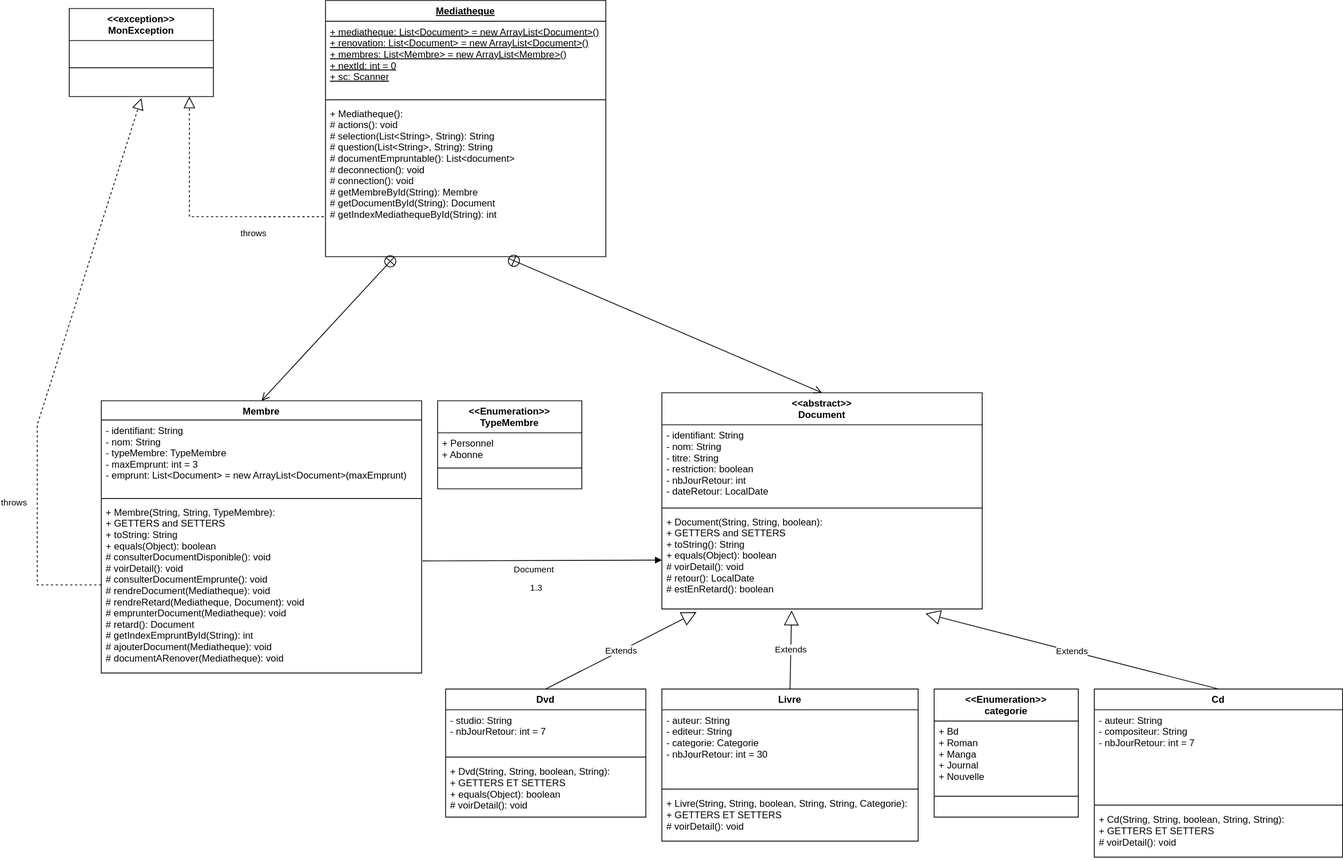
The draw.io diagram TP9_Mediatheque/assets/diagramme_de_classe.drawio.svg in jeremyfouquet/heritage_java, before a commit. Source tidied: cells renumbered, new cells last; positions are measured from the earlier drawing's top-left corner, leaving out a move shared by most shapes.
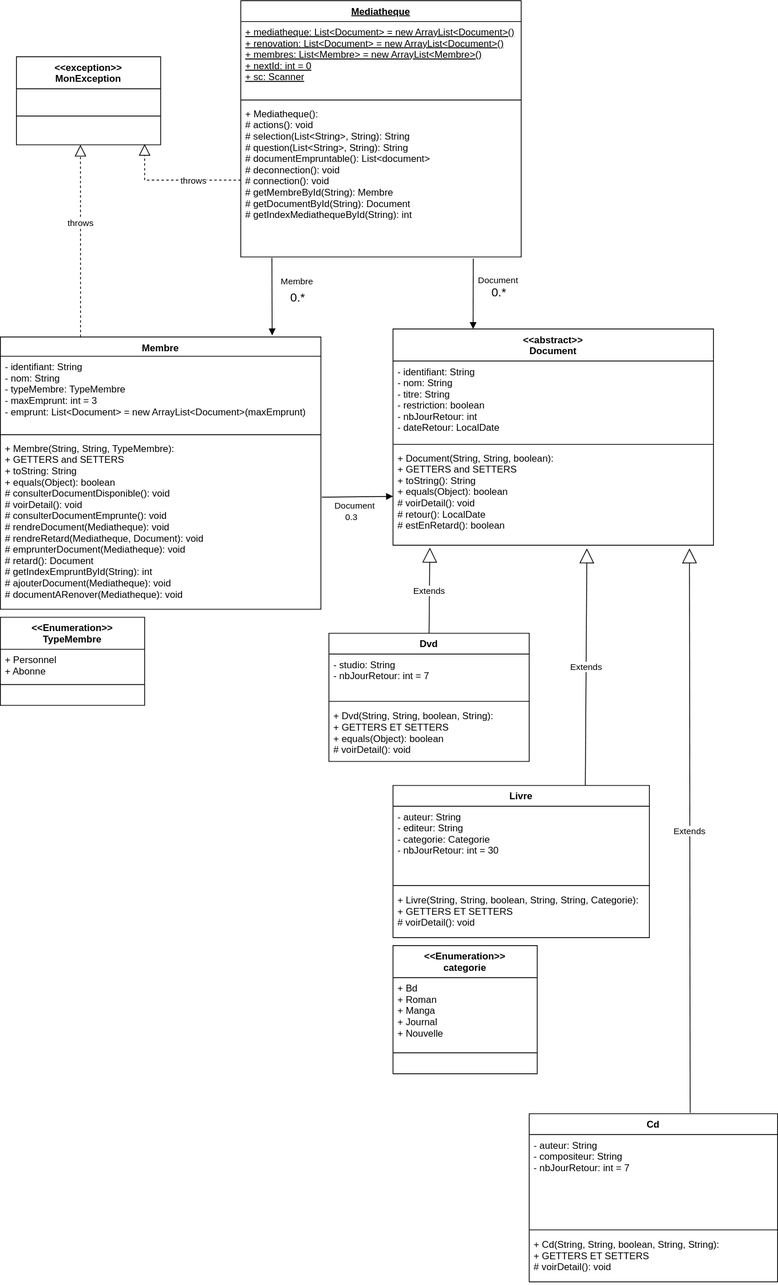
The same diagram one commit later.

Change to the diagram source:
```diff
@@ -2,8 +2,20 @@
   <root>
     <mxCell id="0" />
     <mxCell id="1" parent="0" />
+    <mxCell id="43" style="endArrow=block;dashed=1;endFill=0;endSize=12;html=1;rounded=0;entryX=0.444;entryY=1;entryDx=0;entryDy=0;entryPerimeter=0;exitX=0.25;exitY=0;exitDx=0;exitDy=0;" parent="1" edge="1" source="24" target="40">
+      <mxGeometry relative="1" as="geometry">
+        <Array as="points">
+          <mxPoint x="360" y="50" />
+        </Array>
+      </mxGeometry>
+    </mxCell>
+    <mxCell id="44" value="throws" style="edgeLabel;html=1;align=center;verticalAlign=middle;" parent="43" vertex="1">
+      <mxGeometry x="-0.42" relative="1" as="geometry">
+        <mxPoint y="-74" as="offset" />
+      </mxGeometry>
+    </mxCell>
     <mxCell id="2" value="&lt;&lt;abstract&gt;&gt;&#10;Document" style="swimlane;fontStyle=1;align=center;verticalAlign=top;horizontal=1;startSize=40;" parent="1" vertex="1">
-      <mxGeometry x="780" y="490" width="400" height="270" as="geometry" />
+      <mxGeometry x="750" y="90" width="400" height="270" as="geometry" />
     </mxCell>
     <mxCell id="3" value="- identifiant: String&#10;- nom: String&#10;- titre: String&#10;- restriction: boolean&#10;- nbJourRetour: int&#10;- dateRetour: LocalDate&#10;" style="text;strokeColor=none;fillColor=none;align=left;verticalAlign=top;spacingLeft=4;spacingRight=4;overflow=hidden;fontStyle=0;" parent="2" vertex="1">
       <mxGeometry y="40" width="400" height="100" as="geometry" />
@@ -15,7 +27,7 @@
       <mxGeometry y="148" width="400" height="122" as="geometry" />
     </mxCell>
     <mxCell id="6" value="Dvd" style="swimlane;fontStyle=1;align=center;verticalAlign=top;horizontal=1;startSize=26;" parent="1" vertex="1">
-      <mxGeometry x="510" y="860" width="250" height="160" as="geometry" />
+      <mxGeometry x="670" y="470" width="250" height="160" as="geometry" />
     </mxCell>
     <mxCell id="7" value="- studio: String&#10;- nbJourRetour: int = 7" style="text;strokeColor=none;fillColor=none;align=left;verticalAlign=top;spacingLeft=4;spacingRight=4;overflow=hidden;fontStyle=0;" parent="6" vertex="1">
       <mxGeometry y="26" width="250" height="54" as="geometry" />
@@ -27,7 +39,7 @@
       <mxGeometry y="90" width="250" height="70" as="geometry" />
     </mxCell>
     <mxCell id="10" value="Cd" style="swimlane;fontStyle=1;align=center;verticalAlign=top;horizontal=1;startSize=26;" parent="1" vertex="1">
-      <mxGeometry x="1320" y="860" width="310" height="210" as="geometry" />
+      <mxGeometry x="920" y="1070" width="310" height="210" as="geometry" />
     </mxCell>
     <mxCell id="11" value="- auteur: String&#10;- compositeur: String&#10;- nbJourRetour: int = 7" style="text;strokeColor=none;fillColor=none;align=left;verticalAlign=top;spacingLeft=4;spacingRight=4;overflow=hidden;fontStyle=0;" parent="10" vertex="1">
       <mxGeometry y="26" width="310" height="114" as="geometry" />
@@ -39,7 +51,7 @@
       <mxGeometry y="150" width="310" height="60" as="geometry" />
     </mxCell>
     <mxCell id="14" value="Mediatheque" style="swimlane;fontStyle=5;align=center;verticalAlign=top;horizontal=1;startSize=26;" parent="1" vertex="1">
-      <mxGeometry x="360" width="350" height="320" as="geometry" />
+      <mxGeometry x="560" y="-320" width="350" height="320" as="geometry" />
     </mxCell>
     <mxCell id="15" value="+ mediatheque: List&lt;Document&gt; = new ArrayList&lt;Document&gt;()&#10;+ renovation: List&lt;Document&gt; = new ArrayList&lt;Document&gt;()&#10;+ membres: List&lt;Membre&gt; = new ArrayList&lt;Membre&gt;()&#10;+ nextId: int = 0&#10;+ sc: Scanner" style="text;strokeColor=none;fillColor=none;align=left;verticalAlign=top;spacingLeft=4;spacingRight=4;overflow=hidden;fontStyle=4;" parent="14" vertex="1">
       <mxGeometry y="26" width="350" height="94" as="geometry" />
@@ -53,13 +65,13 @@
     <mxCell id="18" value="Document" style="html=1;verticalAlign=bottom;endArrow=block;rounded=0;entryX=0;entryY=0.5;entryDx=0;entryDy=0;exitX=1.003;exitY=0.346;exitDx=0;exitDy=0;exitPerimeter=0;" parent="1" edge="1" source="27" target="5">
       <mxGeometry x="-0.07" y="-20" relative="1" as="geometry" />
     </mxCell>
-    <mxCell id="19" value="1.3" style="edgeLabel;html=1;align=center;verticalAlign=middle;" parent="18" vertex="1">
+    <mxCell id="19" value="0.3" style="edgeLabel;html=1;align=center;verticalAlign=middle;" parent="18" vertex="1">
       <mxGeometry x="0.4" y="-2" relative="1" as="geometry">
-        <mxPoint x="-67" y="32" as="offset" />
+        <mxPoint x="-26" y="23" as="offset" />
       </mxGeometry>
     </mxCell>
     <mxCell id="20" value="&lt;&lt;Enumeration&gt;&gt;&#10;categorie" style="swimlane;fontStyle=1;align=center;verticalAlign=top;horizontal=1;startSize=40;" parent="1" vertex="1">
-      <mxGeometry x="1120" y="860" width="180" height="160" as="geometry" />
+      <mxGeometry x="750" y="860" width="180" height="160" as="geometry" />
     </mxCell>
     <mxCell id="21" value="+ Bd&#10;+ Roman&#10;+ Manga&#10;+ Journal&#10;+ Nouvelle" style="text;strokeColor=none;fillColor=none;align=left;verticalAlign=top;spacingLeft=4;spacingRight=4;overflow=hidden;fontStyle=0;" parent="20" vertex="1">
       <mxGeometry y="40" width="180" height="90" as="geometry" />
@@ -71,7 +83,7 @@
       <mxGeometry y="138" width="180" height="22" as="geometry" />
     </mxCell>
     <mxCell id="24" value="Membre" style="swimlane;fontStyle=1;align=center;verticalAlign=top;horizontal=1;startSize=24;" parent="1" vertex="1">
-      <mxGeometry x="80" y="500" width="400" height="340" as="geometry" />
+      <mxGeometry x="260" y="100" width="400" height="340" as="geometry" />
     </mxCell>
     <mxCell id="25" value="- identifiant: String&#10;- nom: String&#10;- typeMembre: TypeMembre&#10;- maxEmprunt: int = 3&#10;- emprunt: List&lt;Document&gt; = new ArrayList&lt;Document&gt;(maxEmprunt)" style="text;strokeColor=none;fillColor=none;align=left;verticalAlign=top;spacingLeft=4;spacingRight=4;overflow=hidden;fontStyle=0;" parent="24" vertex="1">
       <mxGeometry y="24" width="400" height="94" as="geometry" />
@@ -82,14 +94,8 @@
     <mxCell id="27" value="+ Membre(String, String, TypeMembre):&#10;+ GETTERS and SETTERS&#10;+ toString: String&#10;+ equals(Object): boolean&#10;# consulterDocumentDisponible(): void&#10;# voirDetail(): void&#10;# consulterDocumentEmprunte(): void&#10;# rendreDocument(Mediatheque): void&#10;# rendreRetard(Mediatheque, Document): void&#10;# emprunterDocument(Mediatheque): void&#10;# retard(): Document&#10;# getIndexEmpruntById(String): int&#10;# ajouterDocument(Mediatheque): void &#10;# documentARenover(Mediatheque): void " style="text;strokeColor=none;fillColor=none;align=left;verticalAlign=top;spacingLeft=4;spacingRight=4;overflow=hidden;points=[[0,0.5],[1,0.5]];portConstraint=eastwest;fontStyle=0;" parent="24" vertex="1">
       <mxGeometry y="126" width="400" height="214" as="geometry" />
     </mxCell>
-    <mxCell id="28" style="endArrow=open;startArrow=circlePlus;endFill=0;startFill=0;endSize=8;html=1;rounded=0;entryX=0.5;entryY=0;entryDx=0;entryDy=0;" parent="1" edge="1" source="17" target="24">
-      <mxGeometry relative="1" as="geometry" />
-    </mxCell>
-    <mxCell id="29" style="endArrow=open;startArrow=circlePlus;endFill=0;startFill=0;endSize=8;html=1;rounded=0;entryX=0.5;entryY=0;entryDx=0;entryDy=0;exitX=0.651;exitY=1.01;exitDx=0;exitDy=0;exitPerimeter=0;" parent="1" edge="1" source="17" target="2">
-      <mxGeometry relative="1" as="geometry" />
-    </mxCell>
     <mxCell id="30" value="&lt;&lt;Enumeration&gt;&gt;&#10;TypeMembre" style="swimlane;fontStyle=1;align=center;verticalAlign=top;horizontal=1;startSize=40;" parent="1" vertex="1">
-      <mxGeometry x="500" y="500" width="180" height="110" as="geometry" />
+      <mxGeometry x="260" y="450" width="180" height="110" as="geometry" />
     </mxCell>
     <mxCell id="31" value="+ Personnel&#10;+ Abonne" style="text;strokeColor=none;fillColor=none;align=left;verticalAlign=top;spacingLeft=4;spacingRight=4;overflow=hidden;fontStyle=0;" parent="30" vertex="1">
       <mxGeometry y="40" width="180" height="40" as="geometry" />
@@ -100,17 +106,17 @@
     <mxCell id="33" value=" " style="text;strokeColor=none;fillColor=none;align=left;verticalAlign=top;spacingLeft=4;spacingRight=4;overflow=hidden;fontStyle=0;" parent="30" vertex="1">
       <mxGeometry y="88" width="180" height="22" as="geometry" />
     </mxCell>
-    <mxCell id="34" value="Extends" style="endArrow=block;endSize=16;endFill=0;html=1;rounded=0;entryX=0.108;entryY=1.033;entryDx=0;entryDy=0;entryPerimeter=0;exitX=0.5;exitY=0;exitDx=0;exitDy=0;" parent="1" edge="1" source="6" target="5">
+    <mxCell id="34" value="Extends" style="endArrow=block;endSize=16;endFill=0;html=1;rounded=0;entryX=0.115;entryY=1.025;entryDx=0;entryDy=0;entryPerimeter=0;exitX=0.5;exitY=0;exitDx=0;exitDy=0;" parent="1" edge="1" source="6" target="5">
       <mxGeometry relative="1" as="geometry" />
     </mxCell>
-    <mxCell id="35" value="Extends" style="endArrow=block;endSize=16;endFill=0;html=1;rounded=0;entryX=0.405;entryY=1.016;entryDx=0;entryDy=0;entryPerimeter=0;exitX=0.5;exitY=0;exitDx=0;exitDy=0;" parent="1" edge="1" source="45" target="5">
+    <mxCell id="35" value="Extends" style="endArrow=block;endSize=16;endFill=0;html=1;rounded=0;entryX=0.605;entryY=1.033;entryDx=0;entryDy=0;entryPerimeter=0;exitX=0.75;exitY=0;exitDx=0;exitDy=0;" parent="1" edge="1" source="45" target="5">
       <mxGeometry relative="1" as="geometry" />
     </mxCell>
-    <mxCell id="36" value="Extends" style="endArrow=block;endSize=16;endFill=0;html=1;rounded=0;entryX=0.823;entryY=1.048;entryDx=0;entryDy=0;entryPerimeter=0;exitX=0.5;exitY=0;exitDx=0;exitDy=0;" parent="1" edge="1" source="10" target="5">
+    <mxCell id="36" value="Extends" style="endArrow=block;endSize=16;endFill=0;html=1;rounded=0;entryX=0.925;entryY=1.033;entryDx=0;entryDy=0;entryPerimeter=0;exitX=0.648;exitY=-0.005;exitDx=0;exitDy=0;exitPerimeter=0;" parent="1" edge="1" source="10" target="5">
       <mxGeometry relative="1" as="geometry" />
     </mxCell>
     <mxCell id="37" value="&lt;&lt;exception&gt;&gt;&#10;MonException" style="swimlane;fontStyle=1;align=center;verticalAlign=top;horizontal=1;startSize=40;" parent="1" vertex="1">
-      <mxGeometry x="40" y="10" width="180" height="110" as="geometry" />
+      <mxGeometry x="280" y="-250" width="180" height="110" as="geometry" />
     </mxCell>
     <mxCell id="38" value=" " style="text;strokeColor=none;fillColor=none;align=left;verticalAlign=top;spacingLeft=4;spacingRight=4;overflow=hidden;fontStyle=0;" parent="37" vertex="1">
       <mxGeometry y="40" width="180" height="30" as="geometry" />
@@ -121,35 +127,8 @@
     <mxCell id="40" value=" " style="text;strokeColor=none;fillColor=none;align=left;verticalAlign=top;spacingLeft=4;spacingRight=4;overflow=hidden;points=[[0,0.5],[1,0.5]];portConstraint=eastwest;fontStyle=0;" parent="37" vertex="1">
       <mxGeometry y="78" width="180" height="32" as="geometry" />
     </mxCell>
-    <mxCell id="41" style="endArrow=block;dashed=1;endFill=0;endSize=12;html=1;rounded=0;exitX=-0.006;exitY=0.74;exitDx=0;exitDy=0;exitPerimeter=0;" parent="1" edge="1" source="17">
-      <mxGeometry relative="1" as="geometry">
-        <mxPoint x="190" y="120" as="targetPoint" />
-        <Array as="points">
-          <mxPoint x="190" y="270" />
-        </Array>
-      </mxGeometry>
-    </mxCell>
-    <mxCell id="42" value="throws" style="edgeLabel;html=1;align=center;verticalAlign=middle;" parent="41" vertex="1">
-      <mxGeometry x="-0.42" relative="1" as="geometry">
-        <mxPoint x="3" y="20" as="offset" />
-      </mxGeometry>
-    </mxCell>
-    <mxCell id="43" style="endArrow=block;dashed=1;endFill=0;endSize=12;html=1;rounded=0;entryX=0.5;entryY=1.063;entryDx=0;entryDy=0;entryPerimeter=0;" parent="1" edge="1" target="40">
-      <mxGeometry relative="1" as="geometry">
-        <mxPoint x="80" y="730" as="sourcePoint" />
-        <Array as="points">
-          <mxPoint y="730" />
-          <mxPoint y="530" />
-        </Array>
-      </mxGeometry>
-    </mxCell>
-    <mxCell id="44" value="throws" style="edgeLabel;html=1;align=center;verticalAlign=middle;" parent="43" vertex="1">
-      <mxGeometry x="-0.42" relative="1" as="geometry">
-        <mxPoint x="-30" y="20" as="offset" />
-      </mxGeometry>
-    </mxCell>
     <mxCell id="45" value="Livre" style="swimlane;fontStyle=1;align=center;verticalAlign=top;horizontal=1;startSize=26;" parent="1" vertex="1">
-      <mxGeometry x="780" y="860" width="320" height="190" as="geometry" />
+      <mxGeometry x="750" y="660" width="320" height="190" as="geometry" />
     </mxCell>
     <mxCell id="46" value="- auteur: String&#10;- editeur: String&#10;- categorie: Categorie&#10;- nbJourRetour: int = 30" style="text;strokeColor=none;fillColor=none;align=left;verticalAlign=top;spacingLeft=4;spacingRight=4;overflow=hidden;fontStyle=0;" parent="45" vertex="1">
       <mxGeometry y="26" width="320" height="94" as="geometry" />
@@ -160,5 +139,33 @@
     <mxCell id="48" value="+ Livre(String, String, boolean, String, String, Categorie):&#10;+ GETTERS ET SETTERS&#10;# voirDetail(): void" style="text;strokeColor=none;fillColor=none;align=left;verticalAlign=top;spacingLeft=4;spacingRight=4;overflow=hidden;" parent="45" vertex="1">
       <mxGeometry y="130" width="320" height="60" as="geometry" />
     </mxCell>
+    <mxCell id="49" style="endArrow=block;dashed=1;endFill=0;endSize=12;html=1;rounded=0;entryX=0.889;entryY=0.969;entryDx=0;entryDy=0;exitX=0;exitY=0.5;exitDx=0;exitDy=0;entryPerimeter=0;" parent="1" edge="1" source="17" target="40">
+      <mxGeometry relative="1" as="geometry">
+        <Array as="points">
+          <mxPoint x="440" y="-96" />
+        </Array>
+      </mxGeometry>
+    </mxCell>
+    <mxCell id="42" value="throws" style="edgeLabel;html=1;align=center;verticalAlign=middle;" parent="49" vertex="1">
+      <mxGeometry x="-0.42" relative="1" as="geometry">
+        <mxPoint x="-13" as="offset" />
+      </mxGeometry>
+    </mxCell>
+    <mxCell id="28" value="Membre" style="html=1;verticalAlign=bottom;endArrow=block;rounded=0;entryX=0.848;entryY=-0.006;entryDx=0;entryDy=0;exitX=0.111;exitY=1.005;exitDx=0;exitDy=0;exitPerimeter=0;entryPerimeter=0;" parent="1" edge="1" source="17" target="24">
+      <mxGeometry x="-0.19" y="31" relative="1" as="geometry" />
+    </mxCell>
+    <mxCell id="50" value="&lt;font style=&quot;font-size: 15px&quot;&gt;0.*&lt;/font&gt;" style="edgeLabel;html=1;align=center;verticalAlign=middle;" parent="28" vertex="1">
+      <mxGeometry x="0.4" y="-2" relative="1" as="geometry">
+        <mxPoint x="33" y="-19" as="offset" />
+      </mxGeometry>
+    </mxCell>
+    <mxCell id="29" value="Document" style="html=1;verticalAlign=bottom;endArrow=block;rounded=0;entryX=0.25;entryY=0;entryDx=0;entryDy=0;exitX=0.829;exitY=1.01;exitDx=0;exitDy=0;exitPerimeter=0;" parent="1" edge="1" source="17" target="2">
+      <mxGeometry x="-0.19" y="31" relative="1" as="geometry" />
+    </mxCell>
+    <mxCell id="51" value="&lt;font style=&quot;font-size: 15px&quot;&gt;0.*&lt;/font&gt;" style="edgeLabel;html=1;align=center;verticalAlign=middle;" parent="29" vertex="1">
+      <mxGeometry x="0.4" y="-2" relative="1" as="geometry">
+        <mxPoint x="33" y="-19" as="offset" />
+      </mxGeometry>
+    </mxCell>
   </root>
 </mxGraphModel>
```
